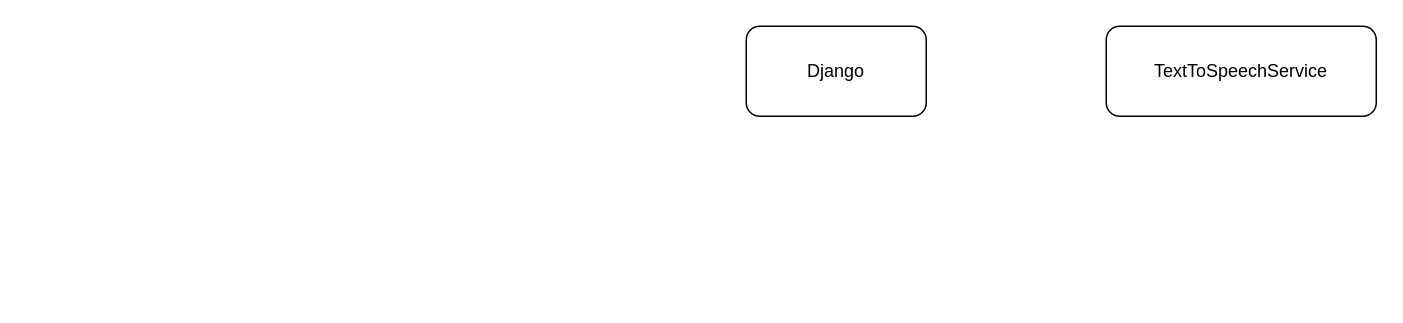
huankimtran/BookTTS keeps this draw.io diagram as page "BookTTSSiteMap" (2 of 2) of designs/BookTTS.drawio. Above is the earlier version. Source tidied: cells renumbered, new cells numbered last; positions are measured from the earlier drawing's top-left corner, leaving out a move shared by most shapes. Both pictures are drawn from the tidied source at 150%, with x=0, y=0 at pixel (746, 26).
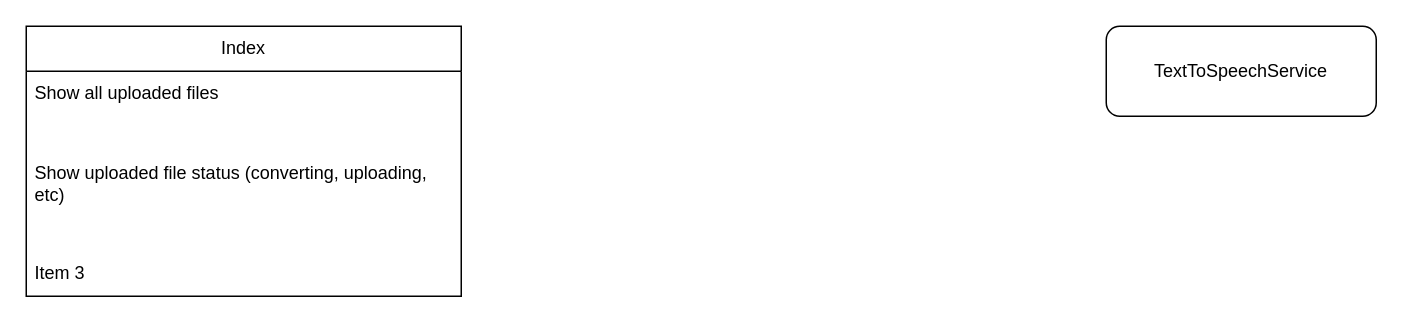
Above is the later version.

The edit, as a diff of the source:
```diff
@@
 <mxGraphModel>
   <root>
     <mxCell id="0" />
     <mxCell id="1" parent="0" />
-    <mxCell id="2" value="Django" style="rounded=1;whiteSpace=wrap;html=1;" parent="1" vertex="1">
-      <mxGeometry width="120" height="60" as="geometry" />
-    </mxCell>
     <mxCell id="3" value="TextToSpeechService" style="rounded=1;whiteSpace=wrap;html=1;" parent="1" vertex="1">
       <mxGeometry x="240" width="180" height="60" as="geometry" />
     </mxCell>
+    <mxCell id="4" value="Index" style="swimlane;fontStyle=0;horizontal=1;startSize=30;whiteSpace=wrap;html=1;" parent="1" vertex="1">
+      <mxGeometry x="-480" width="290" height="180" as="geometry" />
+    </mxCell>
+    <mxCell id="5" value="Show all uploaded files" style="text;strokeColor=none;fillColor=none;align=left;verticalAlign=middle;spacingLeft=4;spacingRight=4;overflow=hidden;whiteSpace=wrap;html=1;" parent="4" vertex="1">
+      <mxGeometry y="30" width="290" height="30" as="geometry" />
+    </mxCell>
+    <mxCell id="6" value="Show uploaded file status (converting, uploading, etc)" style="text;strokeColor=none;fillColor=none;align=left;verticalAlign=middle;spacingLeft=4;spacingRight=4;overflow=hidden;whiteSpace=wrap;html=1;" parent="4" vertex="1">
+      <mxGeometry y="60" width="290" height="90" as="geometry" />
+    </mxCell>
+    <mxCell id="7" value="Item 3" style="text;strokeColor=none;fillColor=none;align=left;verticalAlign=middle;spacingLeft=4;spacingRight=4;overflow=hidden;whiteSpace=wrap;html=1;" parent="4" vertex="1">
+      <mxGeometry y="150" width="290" height="30" as="geometry" />
+    </mxCell>
   </root>
 </mxGraphModel>
```
